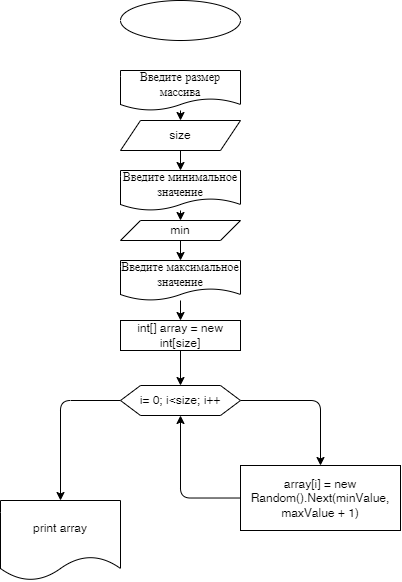
The draw.io diagram Homework/Homework004/Task03/diagram.drawio.png in antvork/ccharp, before a commit. Source tidied: cells renumbered, new cells last; positions are measured from the earlier drawing's top-left corner, leaving out a move shared by most shapes. Its diagram source:
```xml
<mxGraphModel>
  <root>
    <mxCell id="0" />
    <mxCell id="1" parent="0" />
    <mxCell id="2" style="ellipse;whiteSpace=wrap;html=1;" parent="1" vertex="1">
      <mxGeometry x="120" width="120" height="40" as="geometry" />
    </mxCell>
    <mxCell id="3" style="edgeStyle=none;html=1;" parent="1" edge="1" source="4" target="6">
      <mxGeometry relative="1" as="geometry" />
    </mxCell>
    <mxCell id="4" value="Введите размер массива" style="shape=document;whiteSpace=wrap;html=1;boundedLbl=1;" parent="1" vertex="1">
      <mxGeometry x="120" y="70" width="120" height="40" as="geometry" />
    </mxCell>
    <mxCell id="5" style="edgeStyle=none;html=1;" parent="1" edge="1" source="6" target="8">
      <mxGeometry relative="1" as="geometry" />
    </mxCell>
    <mxCell id="6" value="size" style="shape=parallelogram;perimeter=parallelogramPerimeter;whiteSpace=wrap;html=1;fixedSize=1;" parent="1" vertex="1">
      <mxGeometry x="120" y="120" width="120" height="30" as="geometry" />
    </mxCell>
    <mxCell id="7" style="edgeStyle=none;html=1;" parent="1" edge="1" source="8" target="10">
      <mxGeometry relative="1" as="geometry" />
    </mxCell>
    <mxCell id="8" value="Введите минимальное значение" style="shape=document;whiteSpace=wrap;html=1;boundedLbl=1;" parent="1" vertex="1">
      <mxGeometry x="120" y="170" width="120" height="40" as="geometry" />
    </mxCell>
    <mxCell id="9" style="edgeStyle=none;html=1;" parent="1" edge="1" source="10" target="12">
      <mxGeometry relative="1" as="geometry" />
    </mxCell>
    <mxCell id="10" value="min" style="shape=parallelogram;perimeter=parallelogramPerimeter;whiteSpace=wrap;html=1;fixedSize=1;" parent="1" vertex="1">
      <mxGeometry x="120" y="220" width="120" height="20" as="geometry" />
    </mxCell>
    <mxCell id="11" style="edgeStyle=none;html=1;" parent="1" edge="1" source="12" target="19">
      <mxGeometry relative="1" as="geometry" />
    </mxCell>
    <mxCell id="12" value="Введите максимальное значение" style="shape=document;whiteSpace=wrap;html=1;boundedLbl=1;" parent="1" vertex="1">
      <mxGeometry x="120" y="260" width="120" height="40" as="geometry" />
    </mxCell>
    <mxCell id="13" style="edgeStyle=orthogonalEdgeStyle;html=1;entryX=0.5;entryY=0;entryDx=0;entryDy=0;" parent="1" edge="1" source="15" target="17">
      <mxGeometry relative="1" as="geometry">
        <Array as="points">
          <mxPoint x="320" y="400" />
        </Array>
      </mxGeometry>
    </mxCell>
    <mxCell id="14" style="edgeStyle=orthogonalEdgeStyle;html=1;" parent="1" edge="1" source="15" target="20">
      <mxGeometry relative="1" as="geometry">
        <Array as="points">
          <mxPoint x="60" y="400" />
        </Array>
      </mxGeometry>
    </mxCell>
    <mxCell id="15" value="i= 0; i&amp;lt;size; i++" style="shape=hexagon;perimeter=hexagonPerimeter2;whiteSpace=wrap;html=1;fixedSize=1;" parent="1" vertex="1">
      <mxGeometry x="120" y="385" width="120" height="30" as="geometry" />
    </mxCell>
    <mxCell id="16" style="edgeStyle=orthogonalEdgeStyle;html=1;entryX=0.5;entryY=1;entryDx=0;entryDy=0;" parent="1" edge="1" source="17" target="15">
      <mxGeometry relative="1" as="geometry">
        <Array as="points">
          <mxPoint x="180" y="498" />
        </Array>
      </mxGeometry>
    </mxCell>
    <mxCell id="17" value="array[i] = new Random().Next(minValue, maxValue + 1)" style="whiteSpace=wrap;html=1;" parent="1" vertex="1">
      <mxGeometry x="240" y="465" width="160" height="65" as="geometry" />
    </mxCell>
    <mxCell id="18" style="edgeStyle=none;html=1;" parent="1" edge="1" source="19" target="15">
      <mxGeometry relative="1" as="geometry" />
    </mxCell>
    <mxCell id="19" value="int[] array = new int[size]" style="rounded=0;whiteSpace=wrap;html=1;" parent="1" vertex="1">
      <mxGeometry x="120" y="320" width="120" height="30" as="geometry" />
    </mxCell>
    <mxCell id="20" value="print array" style="shape=document;whiteSpace=wrap;html=1;boundedLbl=1;" parent="1" vertex="1">
      <mxGeometry y="500" width="120" height="80" as="geometry" />
    </mxCell>
  </root>
</mxGraphModel>
```
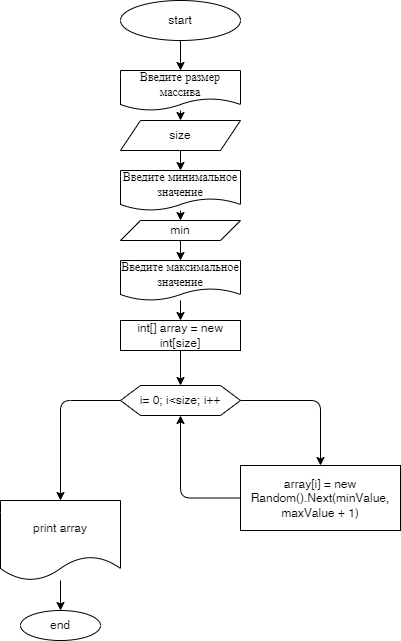
The same diagram one commit later.

Diff of the diagram source:
```diff
@@ -2,7 +2,10 @@
   <root>
     <mxCell id="0" />
     <mxCell id="1" parent="0" />
+    <mxCell id="21" style="edgeStyle=none;html=1;entryX=0.5;entryY=0;entryDx=0;entryDy=0;" parent="1" edge="1" source="2" target="4">
+      <mxGeometry relative="1" as="geometry" />
+    </mxCell>
-    <mxCell id="2" style="ellipse;whiteSpace=wrap;html=1;" parent="1" vertex="1">
+    <mxCell id="2" value="start" style="ellipse;whiteSpace=wrap;html=1;" parent="1" vertex="1">
       <mxGeometry x="120" width="120" height="40" as="geometry" />
     </mxCell>
     <mxCell id="3" style="edgeStyle=none;html=1;" parent="1" edge="1" source="4" target="6">
@@ -68,8 +71,14 @@
     <mxCell id="19" value="int[] array = new int[size]" style="rounded=0;whiteSpace=wrap;html=1;" parent="1" vertex="1">
       <mxGeometry x="120" y="320" width="120" height="30" as="geometry" />
     </mxCell>
+    <mxCell id="22" style="edgeStyle=none;html=1;" parent="1" edge="1" source="20" target="23">
+      <mxGeometry relative="1" as="geometry" />
+    </mxCell>
     <mxCell id="20" value="print array" style="shape=document;whiteSpace=wrap;html=1;boundedLbl=1;" parent="1" vertex="1">
       <mxGeometry y="500" width="120" height="80" as="geometry" />
     </mxCell>
+    <mxCell id="23" value="end" style="ellipse;whiteSpace=wrap;html=1;" parent="1" vertex="1">
+      <mxGeometry x="20" y="610" width="80" height="30" as="geometry" />
+    </mxCell>
   </root>
 </mxGraphModel>
```
